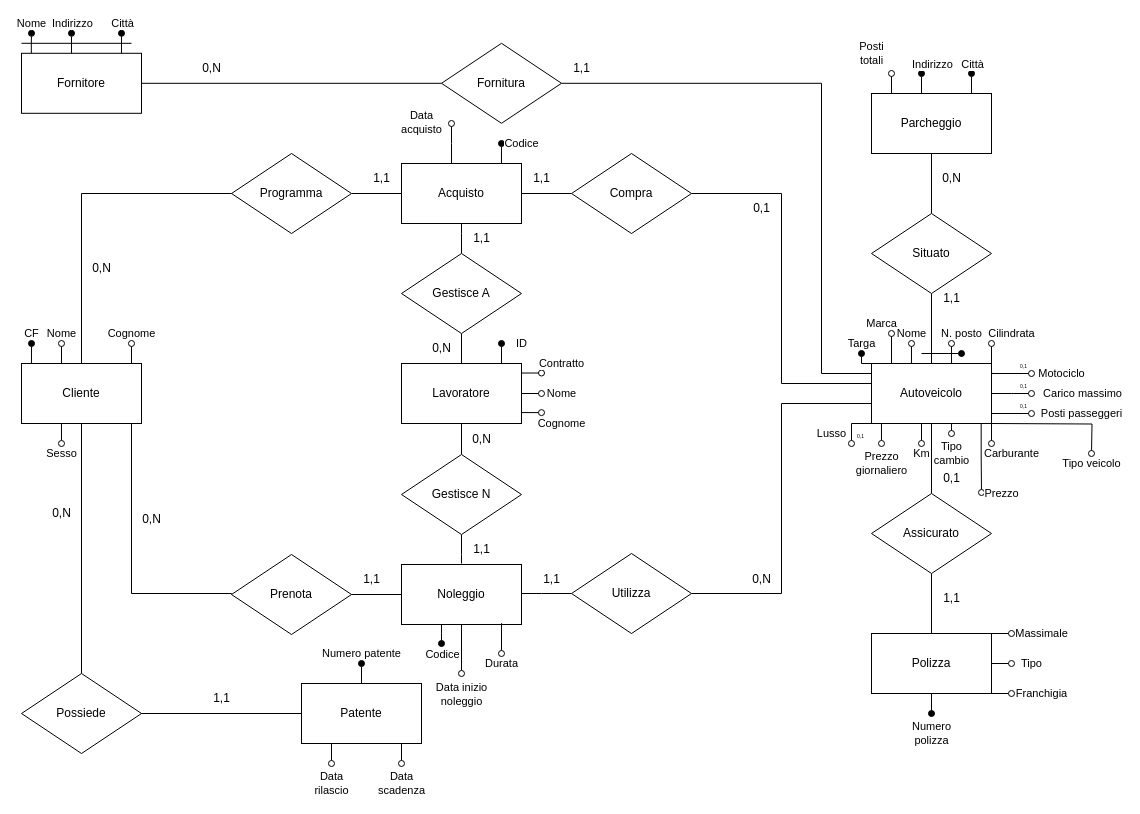
Earlier version of the draw.io diagram ER_ristrutturato_concessionaria_autonoleggio.drawio (NickP3lle/database-gianluca_rental). Source tidied: cells renumbered, new cells numbered last; positions are measured from the earlier drawing's top-left corner, leaving out a move shared by most shapes. Both pictures are drawn from the tidied source at 100%, with x=0, y=0 at pixel (21, 33).
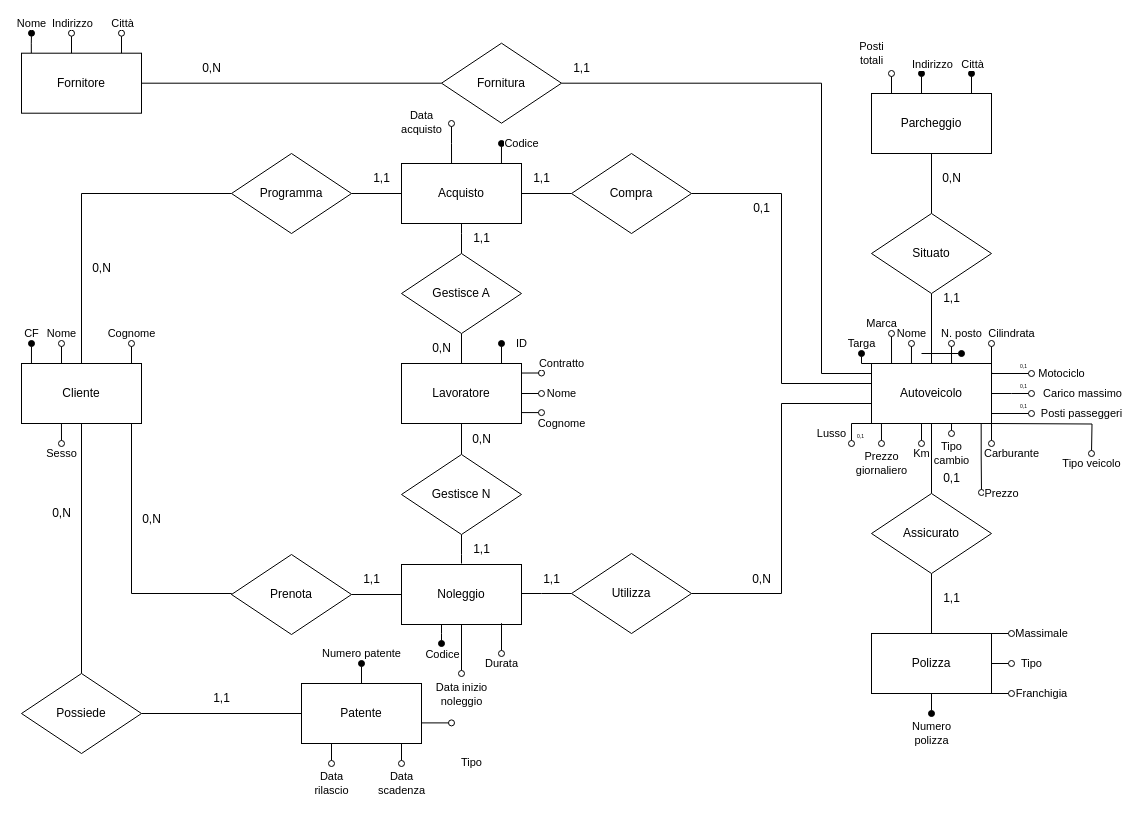
The same diagram, later.

Unchanged cells that the change refers to:
```xml
<mxCell id="6" value="Patente" style="rounded=0;whiteSpace=wrap;html=1;" parent="1" vertex="1">
  <mxGeometry x="280" y="650" width="120" height="60" as="geometry" />
</mxCell>
```

The edit, as a diff of the source:
```diff
@@
+    <mxCell id="113" value="Tipo" style="edgeStyle=orthogonalEdgeStyle;rounded=0;jettySize=auto;html=1;endArrow=oval;endFill=0;" parent="1" edge="1" source="6">
+      <mxGeometry x="1" y="-20" relative="1" as="geometry">
+        <mxPoint x="430" y="689.4" as="targetPoint" />
+        <Array as="points">
+          <mxPoint x="430" y="689.4" />
+        </Array>
+        <mxPoint x="20" y="20" as="offset" />
+      </mxGeometry>
+    </mxCell>
@@
     <mxCell id="28" value="Nome" style="edgeStyle=orthogonalEdgeStyle;rounded=0;jettySize=auto;html=1;endArrow=oval;endFill=1;exitX=0.082;exitY=0.002;exitDx=0;exitDy=0;exitPerimeter=0;" parent="1" edge="1" source="29">
       <mxGeometry x="1" y="-10" relative="1" as="geometry">
-        <mxPoint x="10" y="-0.2" as="targetPoint" />
+        <mxPoint x="10" y="-0.3" as="targetPoint" />
         <Array as="points">
-          <mxPoint x="10" y="9.8" />
-          <mxPoint x="10" y="9.8" />
+          <mxPoint x="10" y="9.7" />
+          <mxPoint x="10" y="9.7" />
         </Array>
         <mxPoint x="-10" y="-10" as="offset" />
       </mxGeometry>
     </mxCell>
     <mxCell id="29" value="Fornitore" style="rounded=0;whiteSpace=wrap;html=1;" parent="1" vertex="1">
-      <mxGeometry y="19.8" width="120" height="60" as="geometry" />
+      <mxGeometry y="19.7" width="120" height="60" as="geometry" />
     </mxCell>
@@
     <mxCell id="31" value="Fornitura" style="rhombus;whiteSpace=wrap;html=1;" parent="1" vertex="1">
-      <mxGeometry x="420" y="9.8" width="120" height="80" as="geometry" />
+      <mxGeometry x="420" y="9.7" width="120" height="80" as="geometry" />
     </mxCell>
-    <mxCell id="32" style="edgeStyle=orthogonalEdgeStyle;rounded=0;orthogonalLoop=1;jettySize=auto;html=1;endArrow=oval;endFill=1;" parent="1" edge="1">
+    <mxCell id="32" style="edgeStyle=orthogonalEdgeStyle;rounded=0;orthogonalLoop=1;jettySize=auto;html=1;endArrow=oval;endFill=0;" parent="1" edge="1">
       <mxGeometry relative="1" as="geometry">
-        <mxPoint x="50" y="19.8" as="sourcePoint" />
-        <mxPoint x="50" y="-0.2" as="targetPoint" />
+        <mxPoint x="50" y="19.7" as="sourcePoint" />
+        <mxPoint x="50" y="-0.3" as="targetPoint" />
       </mxGeometry>
     </mxCell>
@@
-    <mxCell id="34" style="edgeStyle=orthogonalEdgeStyle;rounded=0;orthogonalLoop=1;jettySize=auto;html=1;endArrow=oval;endFill=1;" parent="1" edge="1">
+    <mxCell id="34" style="edgeStyle=orthogonalEdgeStyle;rounded=0;orthogonalLoop=1;jettySize=auto;html=1;endArrow=oval;endFill=0;" parent="1" edge="1">
       <mxGeometry relative="1" as="geometry">
-        <mxPoint x="100" y="19.8" as="sourcePoint" />
-        <mxPoint x="100" y="-0.2" as="targetPoint" />
+        <mxPoint x="100" y="19.7" as="sourcePoint" />
+        <mxPoint x="100" y="-0.3" as="targetPoint" />
       </mxGeometry>
     </mxCell>
@@
     <mxCell id="73" value="0,N" style="text;html=1;align=center;verticalAlign=middle;strokeColor=none;fillColor=none;" parent="1" vertex="1">
-      <mxGeometry x="170" y="19.8" width="40" height="30" as="geometry" />
+      <mxGeometry x="170" y="19.7" width="40" height="30" as="geometry" />
     </mxCell>
     <mxCell id="74" value="1,1" style="text;html=1;align=center;verticalAlign=middle;strokeColor=none;fillColor=none;" parent="1" vertex="1">
-      <mxGeometry x="540" y="19.8" width="40" height="30" as="geometry" />
+      <mxGeometry x="540" y="19.7" width="40" height="30" as="geometry" />
     </mxCell>
-    <mxCell id="75" style="endArrow=none;html=1;rounded=0;" parent="1" edge="1">
-      <mxGeometry relative="1" as="geometry">
-        <mxPoint y="9.8" as="sourcePoint" />
-        <mxPoint x="110" y="9.8" as="targetPoint" />
-      </mxGeometry>
-    </mxCell>
```
